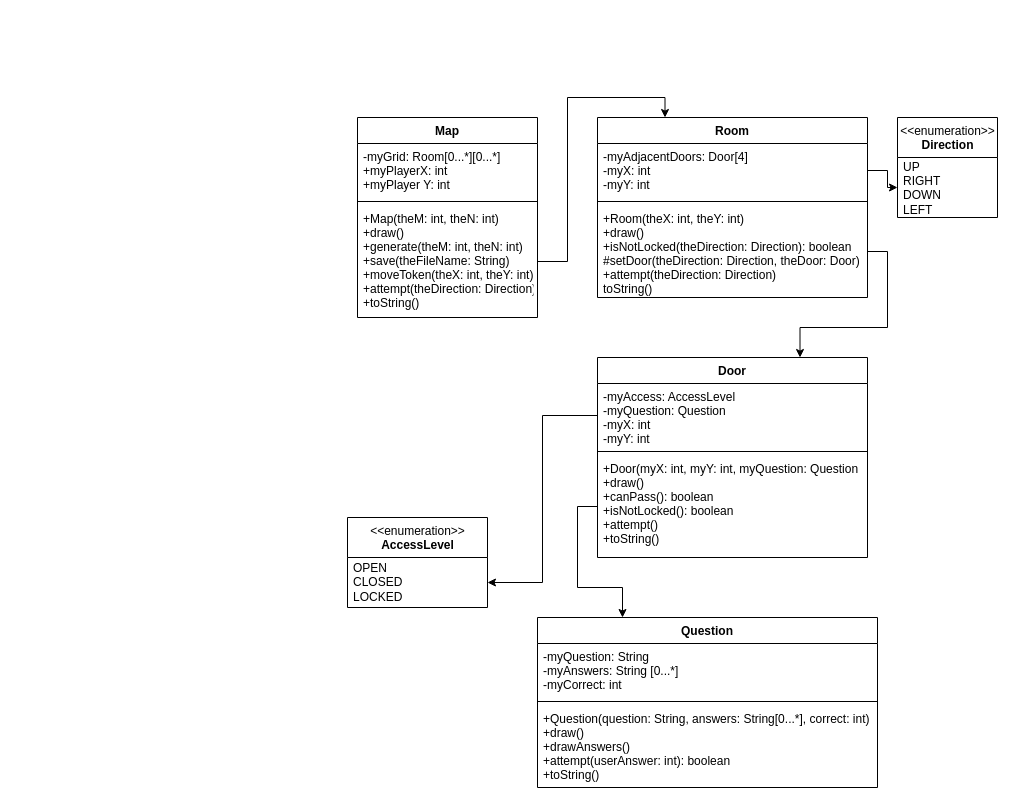
mperez68/TriviaMaze keeps this draw.io diagram as page "Map" (1 of 2) of TriviaMazeUML.drawio. Above is the earlier version. Source tidied: cells renumbered, new cells numbered last; positions are measured from the earlier drawing's top-left corner, leaving out a move shared by most shapes. Both pictures are drawn from the tidied source at 100%, with x=0, y=0 at pixel (347, 117).
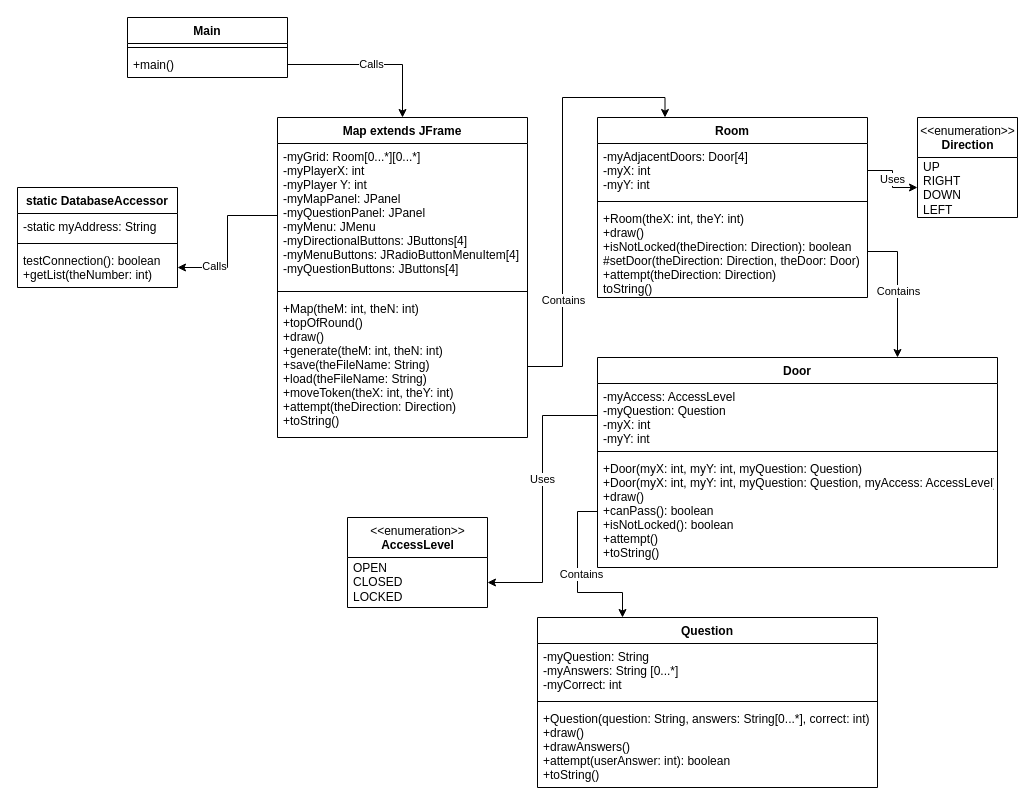
The same diagram, later.

The change refers to these unchanged cells:
```xml
<mxCell id="7" value="-myAdjacentDoors: Door[4]&#10;-myX: int&#10;-myY: int" style="text;strokeColor=none;fillColor=none;align=left;verticalAlign=top;spacingLeft=4;spacingRight=4;overflow=hidden;points=[[0,0.5],[1,0.5]];portConstraint=eastwest;" parent="6" vertex="1">
  <mxGeometry y="26" width="270" height="54" as="geometry" />
</mxCell>
<mxCell id="11" value="UP&lt;br&gt;RIGHT&lt;br&gt;DOWN&lt;br&gt;LEFT" style="text;html=1;strokeColor=none;fillColor=none;align=left;verticalAlign=middle;spacingLeft=4;spacingRight=4;overflow=hidden;points=[[0,0.5],[1,0.5]];portConstraint=eastwest;" parent="10" vertex="1">
  <mxGeometry y="40" width="100" height="60" as="geometry" />
</mxCell>
<mxCell id="18" style="edgeStyle=orthogonalEdgeStyle;rounded=0;jettySize=auto;html=1;exitX=1;exitY=0.5;exitDx=0;exitDy=0;entryX=0.25;entryY=0;entryDx=0;entryDy=0;" parent="1" edge="1" source="5" target="6">
  <mxGeometry relative="1" as="geometry" />
</mxCell>
<mxCell id="20" style="edgeStyle=orthogonalEdgeStyle;rounded=0;jettySize=auto;html=1;exitX=1;exitY=0.5;exitDx=0;exitDy=0;entryX=0.75;entryY=0;entryDx=0;entryDy=0;" parent="1" edge="1" source="9" target="12">
  <mxGeometry relative="1" as="geometry" />
</mxCell>
<mxCell id="21" style="edgeStyle=orthogonalEdgeStyle;rounded=0;jettySize=auto;html=1;exitX=0;exitY=0.5;exitDx=0;exitDy=0;entryX=1;entryY=0.5;entryDx=0;entryDy=0;" parent="1" edge="1" source="13" target="17">
  <mxGeometry relative="1" as="geometry" />
</mxCell>
<mxCell id="26" style="edgeStyle=orthogonalEdgeStyle;rounded=0;jettySize=auto;html=1;exitX=0;exitY=0.5;exitDx=0;exitDy=0;entryX=0.25;entryY=0;entryDx=0;entryDy=0;" parent="1" edge="1" source="15" target="22">
  <mxGeometry relative="1" as="geometry" />
</mxCell>
```

What changed in the source:
```diff
@@
-    <mxCell id="2" value="Map" style="swimlane;fontStyle=1;align=center;verticalAlign=top;horizontal=1;startSize=26;" parent="1" vertex="1">
-      <mxGeometry x="10" width="180" height="200" as="geometry" />
+    <mxCell id="2" value="Map extends JFrame" style="swimlane;fontStyle=1;align=center;verticalAlign=top;horizontal=1;startSize=26;" parent="1" vertex="1">
+      <mxGeometry x="-70" width="250" height="320" as="geometry" />
     </mxCell>
-    <mxCell id="3" value="-myGrid: Room[0...*][0...*]&#10;+myPlayerX: int&#10;+myPlayer Y: int" style="text;strokeColor=none;fillColor=none;align=left;verticalAlign=top;spacingLeft=4;spacingRight=4;overflow=hidden;points=[[0,0.5],[1,0.5]];portConstraint=eastwest;" parent="2" vertex="1">
-      <mxGeometry y="26" width="180" height="54" as="geometry" />
+    <mxCell id="3" value="-myGrid: Room[0...*][0...*]&#10;-myPlayerX: int&#10;-myPlayer Y: int&#10;-myMapPanel: JPanel&#10;-myQuestionPanel: JPanel&#10;-myMenu: JMenu&#10;-myDirectionalButtons: JButtons[4]&#10;-myMenuButtons: JRadioButtonMenuItem[4]&#10;-myQuestionButtons: JButtons[4]" style="text;strokeColor=none;fillColor=none;align=left;verticalAlign=top;spacingLeft=4;spacingRight=4;overflow=hidden;points=[[0,0.5],[1,0.5]];portConstraint=eastwest;" parent="2" vertex="1">
+      <mxGeometry y="26" width="250" height="144" as="geometry" />
     </mxCell>
     <mxCell id="4" style="line;strokeWidth=1;fillColor=none;align=left;verticalAlign=middle;spacingTop=-1;spacingLeft=3;spacingRight=3;labelPosition=right;" parent="2" vertex="1">
-      <mxGeometry y="80" width="180" height="8" as="geometry" />
+      <mxGeometry y="170" width="250" height="8" as="geometry" />
     </mxCell>
-    <mxCell id="5" value="+Map(theM: int, theN: int)&#10;+draw()&#10;+generate(theM: int, theN: int)&#10;+save(theFileName: String)&#10;+moveToken(theX: int, theY: int)&#10;+attempt(theDirection: Direction)&#10;+toString()" style="text;strokeColor=none;fillColor=none;align=left;verticalAlign=top;spacingLeft=4;spacingRight=4;overflow=hidden;points=[[0,0.5],[1,0.5]];portConstraint=eastwest;" parent="2" vertex="1">
-      <mxGeometry y="88" width="180" height="112" as="geometry" />
+    <mxCell id="5" value="+Map(theM: int, theN: int)&#10;+topOfRound()&#10;+draw()&#10;+generate(theM: int, theN: int)&#10;+save(theFileName: String)&#10;+load(theFileName: String)&#10;+moveToken(theX: int, theY: int)&#10;+attempt(theDirection: Direction)&#10;+toString()" style="text;strokeColor=none;fillColor=none;align=left;verticalAlign=top;spacingLeft=4;spacingRight=4;overflow=hidden;points=[[0,0.5],[1,0.5]];portConstraint=eastwest;" parent="2" vertex="1">
+      <mxGeometry y="178" width="250" height="142" as="geometry" />
     </mxCell>
@@
     <mxCell id="10" value="&amp;lt;&amp;lt;enumeration&amp;gt;&amp;gt;&lt;br&gt;&lt;b&gt;Direction&lt;/b&gt;" style="swimlane;fontStyle=0;align=center;verticalAlign=top;horizontal=1;startSize=40;html=1;" parent="1" vertex="1">
-      <mxGeometry x="550" width="100" height="100" as="geometry" />
+      <mxGeometry x="570" width="100" height="100" as="geometry" />
     </mxCell>
@@
     <mxCell id="12" value="Door" style="swimlane;fontStyle=1;align=center;verticalAlign=top;horizontal=1;startSize=26;" parent="1" vertex="1">
-      <mxGeometry x="250" y="240" width="270" height="200" as="geometry" />
+      <mxGeometry x="250" y="240" width="400" height="210" as="geometry" />
     </mxCell>
     <mxCell id="13" value="-myAccess: AccessLevel&#10;-myQuestion: Question&#10;-myX: int&#10;-myY: int" style="text;strokeColor=none;fillColor=none;align=left;verticalAlign=top;spacingLeft=4;spacingRight=4;overflow=hidden;points=[[0,0.5],[1,0.5]];portConstraint=eastwest;" parent="12" vertex="1">
-      <mxGeometry y="26" width="270" height="64" as="geometry" />
+      <mxGeometry y="26" width="400" height="64" as="geometry" />
     </mxCell>
     <mxCell id="14" style="line;strokeWidth=1;fillColor=none;align=left;verticalAlign=middle;spacingTop=-1;spacingLeft=3;spacingRight=3;labelPosition=right;" parent="12" vertex="1">
-      <mxGeometry y="90" width="270" height="8" as="geometry" />
+      <mxGeometry y="90" width="400" height="8" as="geometry" />
     </mxCell>
-    <mxCell id="15" value="+Door(myX: int, myY: int, myQuestion: Question&#10;+draw()&#10;+canPass(): boolean&#10;+isNotLocked(): boolean&#10;+attempt()&#10;+toString()" style="text;strokeColor=none;fillColor=none;align=left;verticalAlign=top;spacingLeft=4;spacingRight=4;overflow=hidden;points=[[0,0.5],[1,0.5]];portConstraint=eastwest;" parent="12" vertex="1">
-      <mxGeometry y="98" width="270" height="102" as="geometry" />
+    <mxCell id="15" value="+Door(myX: int, myY: int, myQuestion: Question)&#10;+Door(myX: int, myY: int, myQuestion: Question, myAccess: AccessLevel)&#10;+draw()&#10;+canPass(): boolean&#10;+isNotLocked(): boolean&#10;+attempt()&#10;+toString()" style="text;strokeColor=none;fillColor=none;align=left;verticalAlign=top;spacingLeft=4;spacingRight=4;overflow=hidden;points=[[0,0.5],[1,0.5]];portConstraint=eastwest;" parent="12" vertex="1">
+      <mxGeometry y="98" width="400" height="112" as="geometry" />
     </mxCell>
@@
+    <mxCell id="27" value="Contains" style="edgeLabel;html=1;align=center;verticalAlign=middle;" parent="18" vertex="1">
+      <mxGeometry x="-0.52" relative="1" as="geometry" />
+    </mxCell>
-    <mxCell id="19" style="edgeStyle=orthogonalEdgeStyle;rounded=0;jettySize=auto;html=1;exitX=1;exitY=0.5;exitDx=0;exitDy=0;" parent="1" edge="1" source="7" target="11">
+    <mxCell id="19" value="Uses" style="edgeStyle=orthogonalEdgeStyle;rounded=0;jettySize=auto;html=1;exitX=1;exitY=0.5;exitDx=0;exitDy=0;" parent="1" edge="1" source="7" target="11">
       <mxGeometry relative="1" as="geometry" />
     </mxCell>
@@
+    <mxCell id="28" value="Contains" style="edgeLabel;html=1;align=center;verticalAlign=middle;" parent="20" vertex="1">
+      <mxGeometry x="0.01" relative="1" as="geometry" />
+    </mxCell>
@@
+    <mxCell id="29" value="Uses" style="edgeLabel;html=1;align=center;verticalAlign=middle;" parent="21" vertex="1">
+      <mxGeometry x="-0.15" y="-1" relative="1" as="geometry" />
+    </mxCell>
@@
+    <mxCell id="30" value="Contains" style="edgeLabel;html=1;align=center;verticalAlign=middle;" parent="26" vertex="1">
+      <mxGeometry x="-0.04" y="3" relative="1" as="geometry" />
+    </mxCell>
+    <mxCell id="31" value="static DatabaseAccessor" style="swimlane;fontStyle=1;align=center;verticalAlign=top;horizontal=1;startSize=26;" parent="1" vertex="1">
+      <mxGeometry x="-330" y="70" width="160" height="100" as="geometry" />
+    </mxCell>
+    <mxCell id="32" value="-static myAddress: String" style="text;strokeColor=none;fillColor=none;align=left;verticalAlign=top;spacingLeft=4;spacingRight=4;overflow=hidden;" parent="31" vertex="1">
+      <mxGeometry y="26" width="160" height="26" as="geometry" />
+    </mxCell>
+    <mxCell id="33" style="line;strokeWidth=1;fillColor=none;align=left;verticalAlign=middle;spacingTop=-1;spacingLeft=3;spacingRight=3;labelPosition=right;" parent="31" vertex="1">
+      <mxGeometry y="52" width="160" height="8" as="geometry" />
+    </mxCell>
+    <mxCell id="34" value="testConnection(): boolean&#10;+getList(theNumber: int)&#10;" style="text;strokeColor=none;fillColor=none;align=left;verticalAlign=top;spacingLeft=4;spacingRight=4;overflow=hidden;points=[[0,0.5],[1,0.5]];portConstraint=eastwest;" parent="31" vertex="1">
+      <mxGeometry y="60" width="160" height="40" as="geometry" />
+    </mxCell>
+    <mxCell id="35" style="edgeStyle=orthogonalEdgeStyle;rounded=0;jettySize=auto;html=1;exitX=0;exitY=0.5;exitDx=0;exitDy=0;entryX=1;entryY=0.5;entryDx=0;entryDy=0;" parent="1" edge="1" source="3" target="34">
+      <mxGeometry relative="1" as="geometry" />
+    </mxCell>
+    <mxCell id="36" value="Calls" style="edgeLabel;html=1;align=center;verticalAlign=middle;" parent="35" vertex="1">
+      <mxGeometry x="0.53" y="-2" relative="1" as="geometry" />
+    </mxCell>
+    <mxCell id="37" value="Main" style="swimlane;fontStyle=1;align=center;verticalAlign=top;horizontal=1;startSize=26;" parent="1" vertex="1">
+      <mxGeometry x="-220" y="-100" width="160" height="60" as="geometry" />
+    </mxCell>
+    <mxCell id="38" style="line;strokeWidth=1;fillColor=none;align=left;verticalAlign=middle;spacingTop=-1;spacingLeft=3;spacingRight=3;labelPosition=right;" parent="37" vertex="1">
+      <mxGeometry y="26" width="160" height="8" as="geometry" />
+    </mxCell>
+    <mxCell id="39" value="+main()" style="text;strokeColor=none;fillColor=none;align=left;verticalAlign=top;spacingLeft=4;spacingRight=4;overflow=hidden;points=[[0,0.5],[1,0.5]];portConstraint=eastwest;" parent="37" vertex="1">
+      <mxGeometry y="34" width="160" height="26" as="geometry" />
+    </mxCell>
+    <mxCell id="40" value="Calls" style="edgeStyle=orthogonalEdgeStyle;rounded=0;jettySize=auto;html=1;exitX=1;exitY=0.5;exitDx=0;exitDy=0;" parent="1" edge="1" source="39" target="2">
+      <mxGeometry relative="1" as="geometry" />
+    </mxCell>
```
